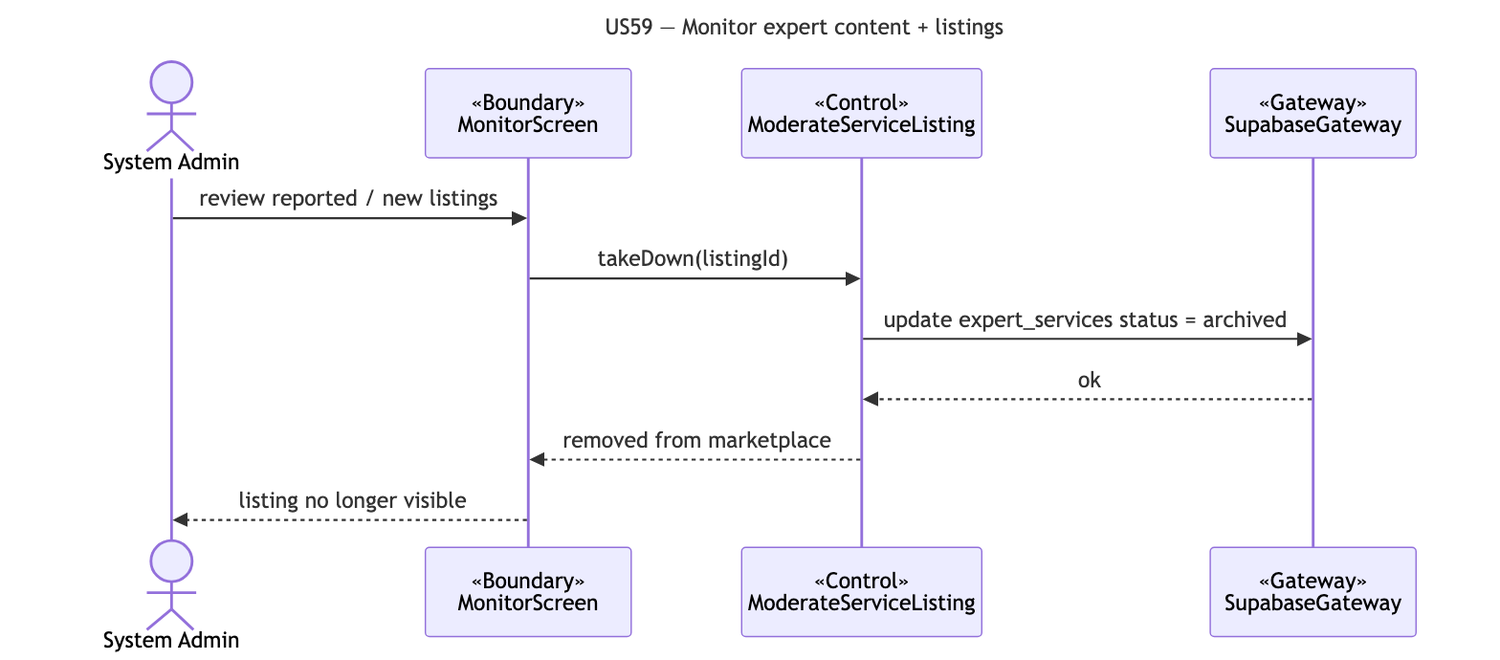
Earlier version of the Mermaid export docs/deliverables/sequence-diagrams/US59-monitor-content.png (cyuanjun/FYP-26-S2-37-app). Its source is kept beside it as docs/deliverables/sequence-diagrams/src/US59-monitor-content.mmd.
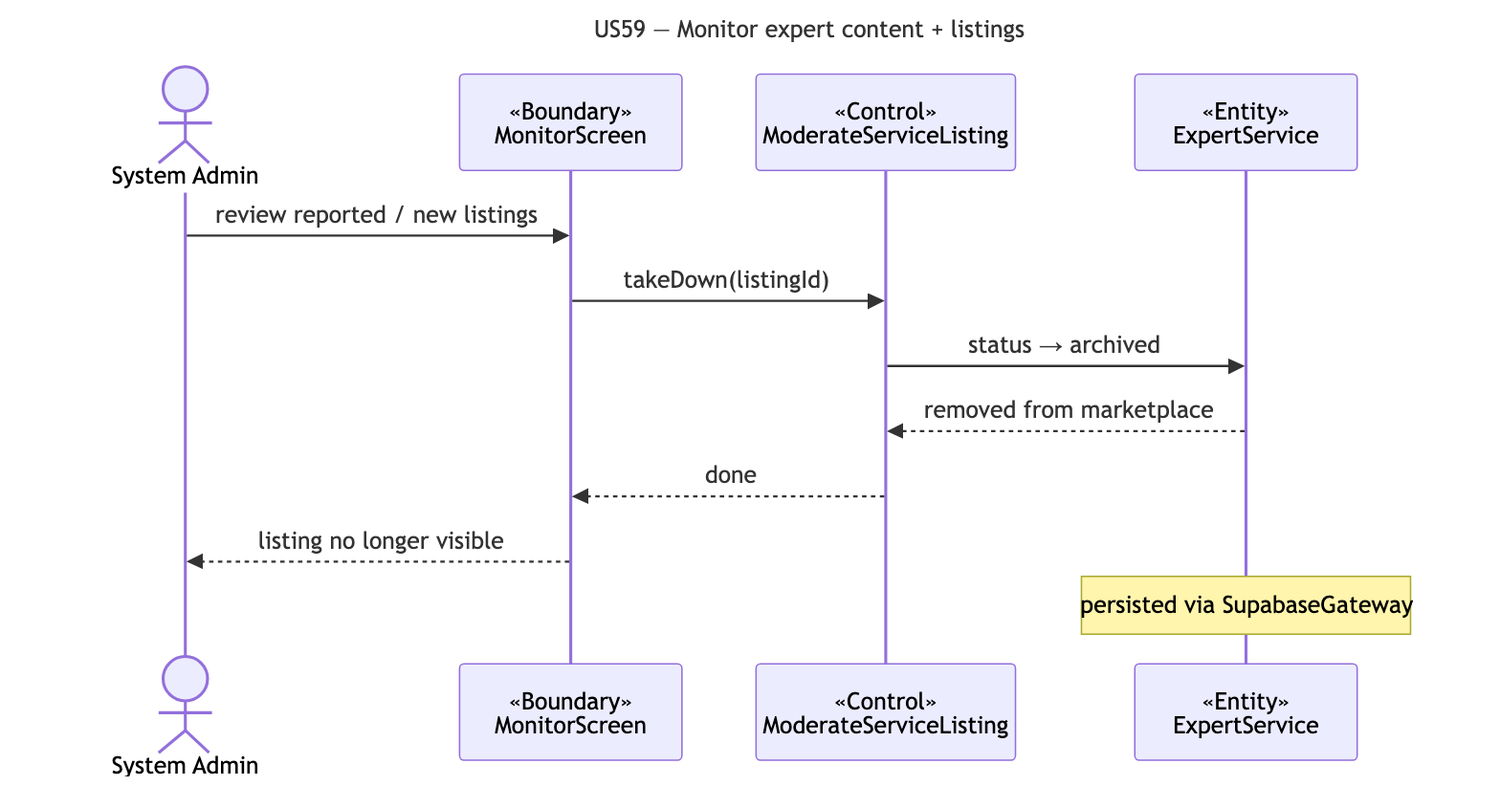
The same diagram one commit later.

Diff of the diagram source:
```diff
@@ -5,10 +5,11 @@
   actor A as System Admin
   participant B as «Boundary»<br/>MonitorScreen
   participant C as «Control»<br/>ModerateServiceListing
-  participant G as «Gateway»<br/>SupabaseGateway
+  participant E as «Entity»<br/>ExpertService
   A->>B: review reported / new listings
   B->>C: takeDown(listingId)
-  C->>G: update expert_services status = archived
-  G-->>C: ok
-  C-->>B: removed from marketplace
+  C->>E: status → archived
+  E-->>C: removed from marketplace
+  C-->>B: done
   B-->>A: listing no longer visible
+  note over E: persisted via SupabaseGateway
```
